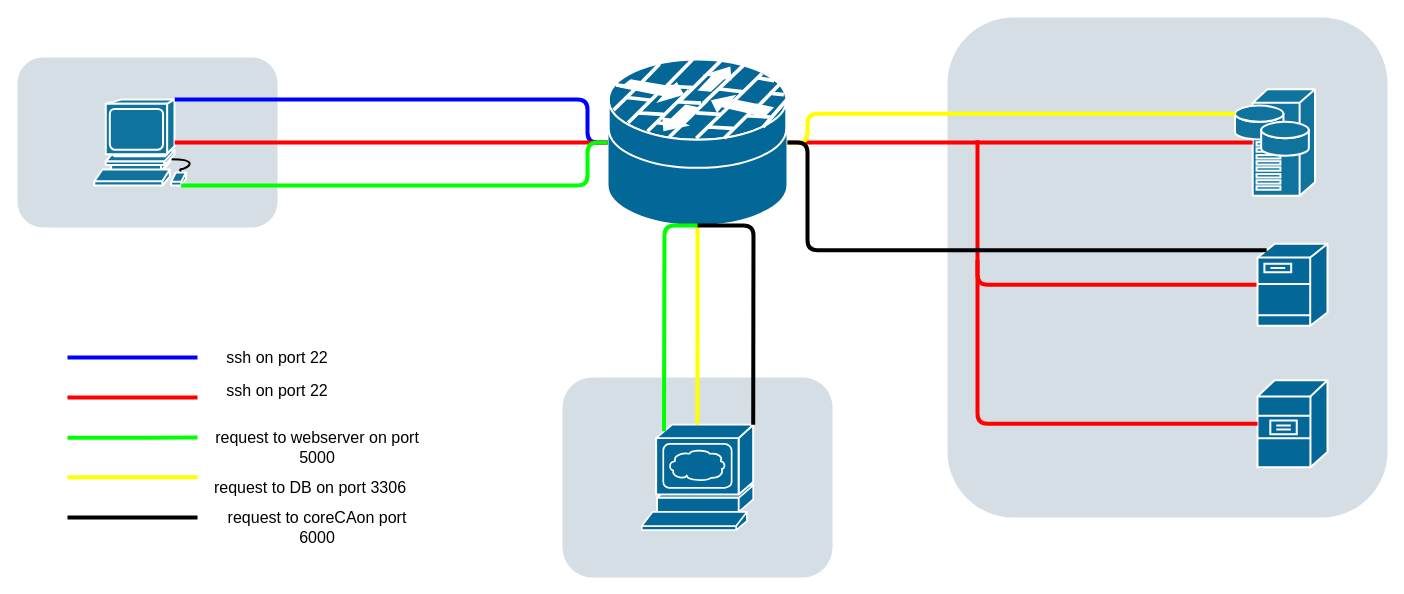
Earlier version of the draw.io diagram firewall_conn_diagram.drawio (appseclabepfl/project). Source tidied: cells renumbered, new cells numbered last; positions are measured from the earlier drawing's top-left corner, leaving out a move shared by most shapes. Both pictures are drawn from the tidied source at 100%, with x=0, y=0 at pixel (17, 17).
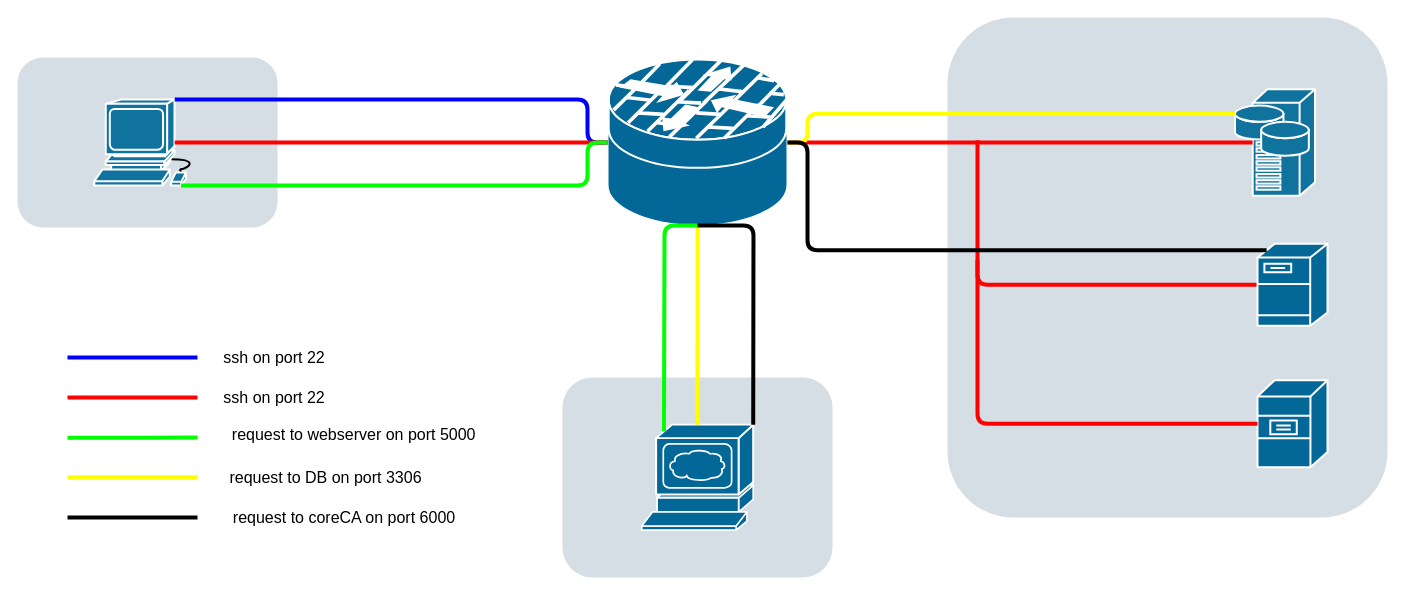
After the change.

Commit message (it also covers changes not shown here):
Updated firewall diagram

Diff of the diagram source:
```diff
@@
     <mxCell id="27" value="&lt;font style=&quot;font-size: 16px&quot;&gt;ssh on port 22&lt;/font&gt;" style="text;html=1;strokeColor=none;fillColor=none;align=center;verticalAlign=middle;whiteSpace=wrap;rounded=0;" parent="1" vertex="1">
-      <mxGeometry x="200" y="330" width="120" height="20" as="geometry" />
+      <mxGeometry x="197" y="330" width="120" height="20" as="geometry" />
     </mxCell>
     <mxCell id="28" value="&lt;font style=&quot;font-size: 16px&quot;&gt;ssh on port 22&lt;/font&gt;" style="text;html=1;strokeColor=none;fillColor=none;align=center;verticalAlign=middle;whiteSpace=wrap;rounded=0;" parent="1" vertex="1">
-      <mxGeometry x="200" y="362.8" width="120" height="20" as="geometry" />
+      <mxGeometry x="197" y="370" width="120" height="20" as="geometry" />
     </mxCell>
-    <mxCell id="29" value="&lt;font style=&quot;font-size: 16px&quot;&gt;request to webserver on port 5000&lt;/font&gt;" style="text;html=1;strokeColor=none;fillColor=none;align=center;verticalAlign=middle;whiteSpace=wrap;rounded=0;" parent="1" vertex="1">
-      <mxGeometry x="190" y="420" width="220" height="20" as="geometry" />
+    <mxCell id="29" value="&amp;nbsp;&lt;font style=&quot;font-size: 16px&quot;&gt;request to webserver on port 5000&lt;/font&gt;" style="text;html=1;strokeColor=none;fillColor=none;align=center;verticalAlign=middle;whiteSpace=wrap;rounded=0;" parent="1" vertex="1">
+      <mxGeometry x="190" y="407.2" width="290" height="20" as="geometry" />
     </mxCell>
     <mxCell id="30" value="&lt;font style=&quot;font-size: 16px&quot;&gt;request to DB on port 3306&lt;/font&gt;" style="text;html=1;strokeColor=none;fillColor=none;align=center;verticalAlign=middle;whiteSpace=wrap;rounded=0;" parent="1" vertex="1">
-      <mxGeometry x="183.2" y="460" width="220" height="20" as="geometry" />
+      <mxGeometry x="190" y="450" width="236.8" height="20" as="geometry" />
     </mxCell>
-    <mxCell id="31" value="&lt;div style=&quot;font-size: 16px&quot;&gt;&lt;font style=&quot;font-size: 16px&quot;&gt;request to coreCAon port 6000&lt;/font&gt;&lt;/div&gt;" style="text;html=1;strokeColor=none;fillColor=none;align=center;verticalAlign=middle;whiteSpace=wrap;rounded=0;" parent="1" vertex="1">
-      <mxGeometry x="190" y="500" width="220" height="20" as="geometry" />
+    <mxCell id="31" value="&lt;div style=&quot;font-size: 16px&quot;&gt;&lt;font style=&quot;font-size: 16px&quot;&gt;request to coreCA on port 6000&lt;/font&gt;&lt;/div&gt;" style="text;html=1;strokeColor=none;fillColor=none;align=center;verticalAlign=middle;whiteSpace=wrap;rounded=0;" parent="1" vertex="1">
+      <mxGeometry x="197" y="490" width="260" height="20" as="geometry" />
     </mxCell>
```
